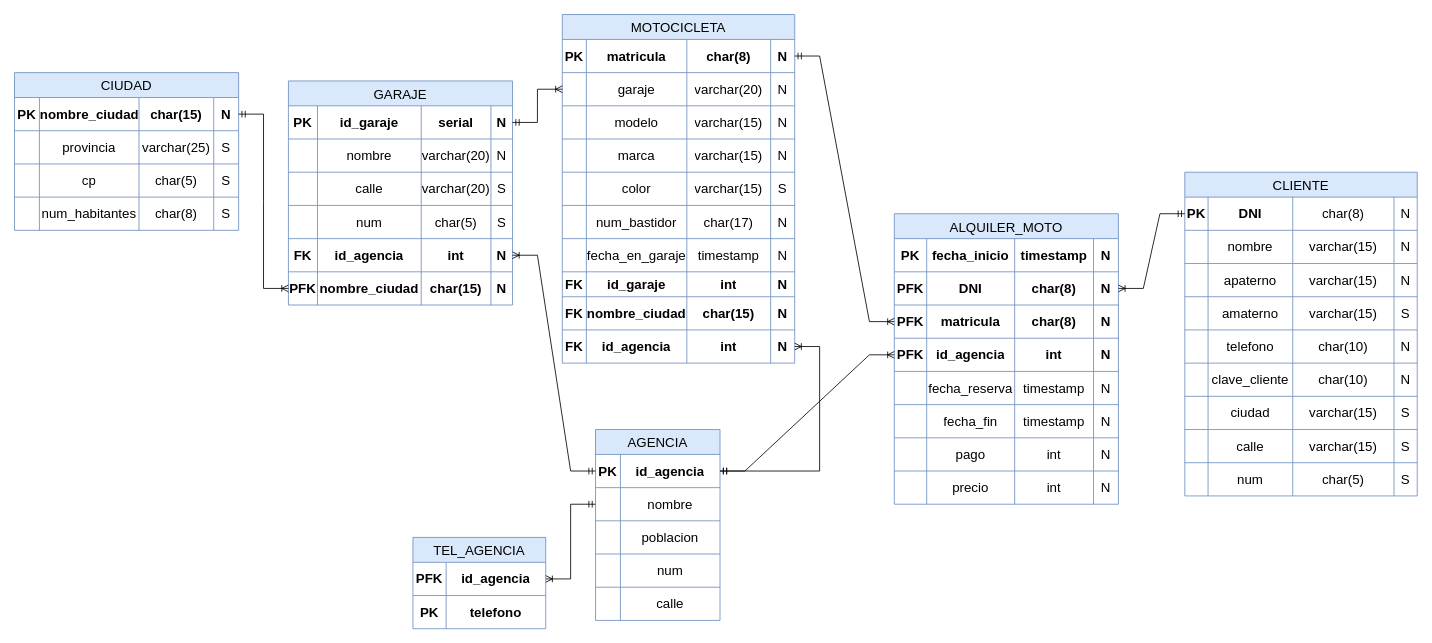
Above: Modelo Fisico Motocicletas TBD.drawio in misiomishi/itcj (draw.io), before the change. Source tidied: cells renumbered, new cells numbered last; positions are measured from the earlier drawing's top-left corner, leaving out a move shared by most shapes. Both pictures are drawn from the tidied source at 83%, with x=0, y=0 at pixel (14, 14).
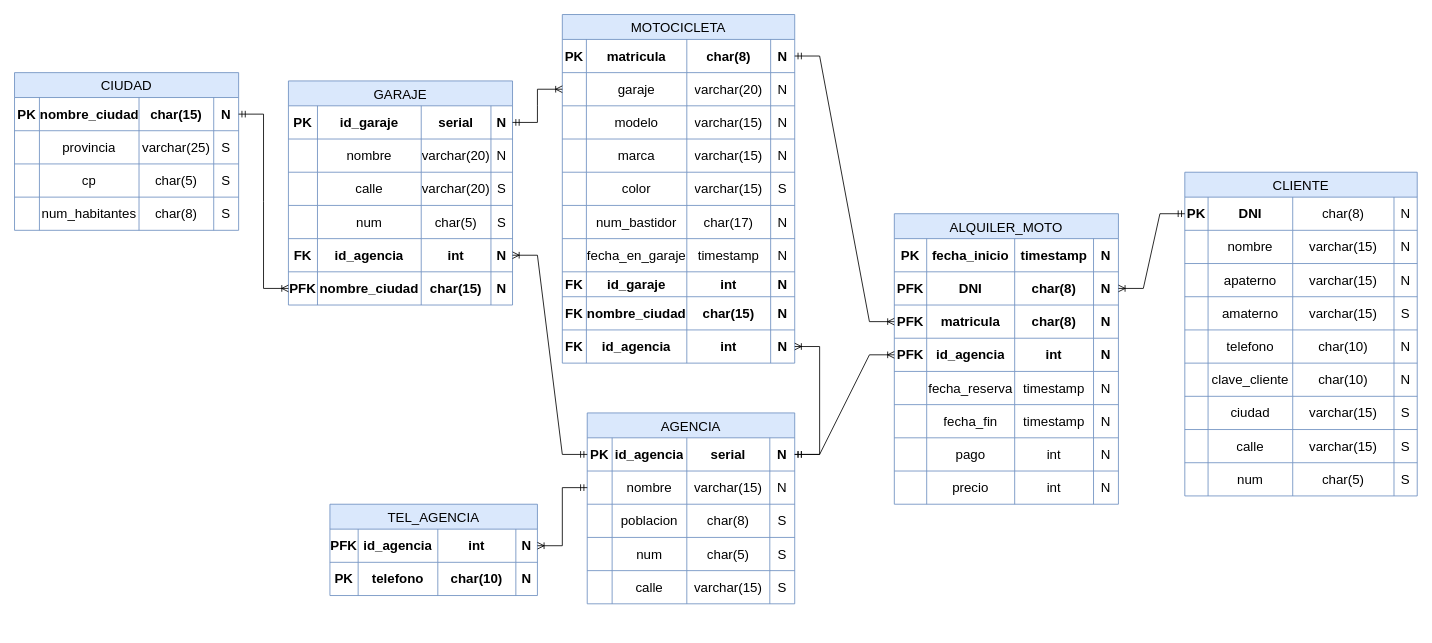
Above is the later version.

Diff of the diagram source:
```diff
@@
     <mxCell id="23" value="AGENCIA" style="shape=table;startSize=30;childLayout=tableLayout;strokeColor=#6c8ebf;fontSize=16;fillColor=#dae8fc;" parent="1" vertex="1">
-      <mxGeometry x="700" y="500" width="150" height="230" as="geometry" />
+      <mxGeometry x="690" y="480" width="250" height="230" as="geometry" />
     </mxCell>
     <mxCell id="24" style="shape=tableRow;horizontal=0;startSize=0;swimlaneHead=0;swimlaneBody=0;strokeColor=inherit;top=0;left=0;bottom=0;right=0;fillColor=none;points=[[0,0.5],[1,0.5]];portConstraint=eastwest;fontSize=16;" parent="23" vertex="1">
-      <mxGeometry y="30" width="150" height="40" as="geometry" />
+      <mxGeometry y="30" width="250" height="40" as="geometry" />
     </mxCell>
@@
     <mxCell id="26" value="id_agencia" style="shape=partialRectangle;html=1;whiteSpace=wrap;strokeColor=inherit;overflow=hidden;fillColor=none;top=0;left=0;bottom=0;right=0;fontSize=16;fontStyle=1;" parent="24" vertex="1">
-      <mxGeometry x="30" width="120" height="40" as="geometry" />
+      <mxGeometry x="30" width="90" height="40" as="geometry" />
     </mxCell>
+    <mxCell id="223" value="serial" style="shape=partialRectangle;html=1;whiteSpace=wrap;strokeColor=inherit;overflow=hidden;fillColor=none;top=0;left=0;bottom=0;right=0;fontSize=16;fontStyle=1;" parent="24" vertex="1">
+      <mxGeometry x="120" width="100" height="40" as="geometry" />
+    </mxCell>
+    <mxCell id="224" value="N" style="shape=partialRectangle;html=1;whiteSpace=wrap;strokeColor=inherit;overflow=hidden;fillColor=none;top=0;left=0;bottom=0;right=0;fontSize=16;fontStyle=1;" parent="24" vertex="1">
+      <mxGeometry x="220" width="30" height="40" as="geometry" />
+    </mxCell>
     <mxCell id="27" style="shape=tableRow;horizontal=0;startSize=0;swimlaneHead=0;swimlaneBody=0;strokeColor=inherit;top=0;left=0;bottom=0;right=0;fillColor=none;points=[[0,0.5],[1,0.5]];portConstraint=eastwest;fontSize=16;" parent="23" vertex="1">
-      <mxGeometry y="70" width="150" height="40" as="geometry" />
+      <mxGeometry y="70" width="250" height="40" as="geometry" />
     </mxCell>
@@
     <mxCell id="29" value="nombre" style="shape=partialRectangle;html=1;whiteSpace=wrap;strokeColor=inherit;overflow=hidden;fillColor=none;top=0;left=0;bottom=0;right=0;fontSize=16;" parent="27" vertex="1">
-      <mxGeometry x="30" width="120" height="40" as="geometry" />
+      <mxGeometry x="30" width="90" height="40" as="geometry" />
     </mxCell>
+    <mxCell id="225" value="varchar(15)" style="shape=partialRectangle;html=1;whiteSpace=wrap;strokeColor=inherit;overflow=hidden;fillColor=none;top=0;left=0;bottom=0;right=0;fontSize=16;" parent="27" vertex="1">
+      <mxGeometry x="120" width="100" height="40" as="geometry" />
+    </mxCell>
+    <mxCell id="226" value="N" style="shape=partialRectangle;html=1;whiteSpace=wrap;strokeColor=inherit;overflow=hidden;fillColor=none;top=0;left=0;bottom=0;right=0;fontSize=16;" parent="27" vertex="1">
+      <mxGeometry x="220" width="30" height="40" as="geometry" />
+    </mxCell>
     <mxCell id="30" style="shape=tableRow;horizontal=0;startSize=0;swimlaneHead=0;swimlaneBody=0;strokeColor=inherit;top=0;left=0;bottom=0;right=0;fillColor=none;fontSize=16;" parent="23" vertex="1">
-      <mxGeometry y="110" width="150" height="40" as="geometry" />
+      <mxGeometry y="110" width="250" height="40" as="geometry" />
     </mxCell>
@@
     <mxCell id="32" value="poblacion" style="shape=partialRectangle;html=1;whiteSpace=wrap;strokeColor=inherit;overflow=hidden;fillColor=none;top=0;left=0;bottom=0;right=0;fontSize=16;" parent="30" vertex="1">
-      <mxGeometry x="30" width="120" height="40" as="geometry" />
+      <mxGeometry x="30" width="90" height="40" as="geometry" />
     </mxCell>
+    <mxCell id="227" value="char(8)" style="shape=partialRectangle;html=1;whiteSpace=wrap;strokeColor=inherit;overflow=hidden;fillColor=none;top=0;left=0;bottom=0;right=0;fontSize=16;" parent="30" vertex="1">
+      <mxGeometry x="120" width="100" height="40" as="geometry" />
+    </mxCell>
+    <mxCell id="228" value="S" style="shape=partialRectangle;html=1;whiteSpace=wrap;strokeColor=inherit;overflow=hidden;fillColor=none;top=0;left=0;bottom=0;right=0;fontSize=16;" parent="30" vertex="1">
+      <mxGeometry x="220" width="30" height="40" as="geometry" />
+    </mxCell>
     <mxCell id="33" style="shape=tableRow;horizontal=0;startSize=0;swimlaneHead=0;swimlaneBody=0;strokeColor=inherit;top=0;left=0;bottom=0;right=0;fillColor=none;fontSize=16;" parent="23" vertex="1">
-      <mxGeometry y="150" width="150" height="40" as="geometry" />
+      <mxGeometry y="150" width="250" height="40" as="geometry" />
     </mxCell>
@@
     <mxCell id="35" value="num" style="shape=partialRectangle;html=1;whiteSpace=wrap;strokeColor=inherit;overflow=hidden;fillColor=none;top=0;left=0;bottom=0;right=0;fontSize=16;" parent="33" vertex="1">
-      <mxGeometry x="30" width="120" height="40" as="geometry" />
+      <mxGeometry x="30" width="90" height="40" as="geometry" />
     </mxCell>
+    <mxCell id="229" value="char(5)" style="shape=partialRectangle;html=1;whiteSpace=wrap;strokeColor=inherit;overflow=hidden;fillColor=none;top=0;left=0;bottom=0;right=0;fontSize=16;" parent="33" vertex="1">
+      <mxGeometry x="120" width="100" height="40" as="geometry" />
+    </mxCell>
+    <mxCell id="230" value="S" style="shape=partialRectangle;html=1;whiteSpace=wrap;strokeColor=inherit;overflow=hidden;fillColor=none;top=0;left=0;bottom=0;right=0;fontSize=16;" parent="33" vertex="1">
+      <mxGeometry x="220" width="30" height="40" as="geometry" />
+    </mxCell>
     <mxCell id="36" style="shape=tableRow;horizontal=0;startSize=0;swimlaneHead=0;swimlaneBody=0;strokeColor=inherit;top=0;left=0;bottom=0;right=0;fillColor=none;fontSize=16;" parent="23" vertex="1">
-      <mxGeometry y="190" width="150" height="40" as="geometry" />
+      <mxGeometry y="190" width="250" height="40" as="geometry" />
     </mxCell>
@@
     <mxCell id="38" value="calle" style="shape=partialRectangle;html=1;whiteSpace=wrap;strokeColor=inherit;overflow=hidden;fillColor=none;top=0;left=0;bottom=0;right=0;fontSize=16;" parent="36" vertex="1">
-      <mxGeometry x="30" width="120" height="40" as="geometry" />
+      <mxGeometry x="30" width="90" height="40" as="geometry" />
     </mxCell>
+    <mxCell id="231" value="varchar(15)" style="shape=partialRectangle;html=1;whiteSpace=wrap;strokeColor=inherit;overflow=hidden;fillColor=none;top=0;left=0;bottom=0;right=0;fontSize=16;" parent="36" vertex="1">
+      <mxGeometry x="120" width="100" height="40" as="geometry" />
+    </mxCell>
+    <mxCell id="232" value="S" style="shape=partialRectangle;html=1;whiteSpace=wrap;strokeColor=inherit;overflow=hidden;fillColor=none;top=0;left=0;bottom=0;right=0;fontSize=16;" parent="36" vertex="1">
+      <mxGeometry x="220" width="30" height="40" as="geometry" />
+    </mxCell>
@@
     <mxCell id="215" value="TEL_AGENCIA" style="shape=table;startSize=30;childLayout=tableLayout;strokeColor=#6c8ebf;fontSize=16;fillColor=#dae8fc;" parent="1" vertex="1">
-      <mxGeometry x="480" y="630" width="160" height="110" as="geometry" />
+      <mxGeometry x="380" y="590" width="250" height="110" as="geometry" />
     </mxCell>
     <mxCell id="216" style="shape=tableRow;horizontal=0;startSize=0;swimlaneHead=0;swimlaneBody=0;strokeColor=inherit;top=0;left=0;bottom=0;right=0;fillColor=none;points=[[0,0.5],[1,0.5]];portConstraint=eastwest;fontSize=16;" parent="215" vertex="1">
-      <mxGeometry y="30" width="160" height="40" as="geometry" />
+      <mxGeometry y="30" width="250" height="40" as="geometry" />
     </mxCell>
     <mxCell id="217" value="PFK" style="shape=partialRectangle;html=1;whiteSpace=wrap;strokeColor=inherit;overflow=hidden;fillColor=none;top=0;left=0;bottom=0;right=0;fontSize=16;fontStyle=1;" parent="216" vertex="1">
-      <mxGeometry width="40" height="40" as="geometry" />
+      <mxGeometry width="34" height="40" as="geometry" />
     </mxCell>
     <mxCell id="218" value="id_agencia" style="shape=partialRectangle;html=1;whiteSpace=wrap;strokeColor=inherit;overflow=hidden;fillColor=none;top=0;left=0;bottom=0;right=0;fontSize=16;fontStyle=1;" parent="216" vertex="1">
-      <mxGeometry x="40" width="120" height="40" as="geometry" />
+      <mxGeometry x="34" width="96" height="40" as="geometry" />
     </mxCell>
+    <mxCell id="233" value="int" style="shape=partialRectangle;html=1;whiteSpace=wrap;strokeColor=inherit;overflow=hidden;fillColor=none;top=0;left=0;bottom=0;right=0;fontSize=16;fontStyle=1;" parent="216" vertex="1">
+      <mxGeometry x="130" width="94" height="40" as="geometry" />
+    </mxCell>
+    <mxCell id="234" value="N" style="shape=partialRectangle;html=1;whiteSpace=wrap;strokeColor=inherit;overflow=hidden;fillColor=none;top=0;left=0;bottom=0;right=0;fontSize=16;fontStyle=1;" parent="216" vertex="1">
+      <mxGeometry x="224" width="26" height="40" as="geometry" />
+    </mxCell>
     <mxCell id="219" style="shape=tableRow;horizontal=0;startSize=0;swimlaneHead=0;swimlaneBody=0;strokeColor=inherit;top=0;left=0;bottom=0;right=0;fillColor=none;fontSize=16;" parent="215" vertex="1">
-      <mxGeometry y="70" width="160" height="40" as="geometry" />
+      <mxGeometry y="70" width="250" height="40" as="geometry" />
     </mxCell>
     <mxCell id="220" value="PK" style="shape=partialRectangle;html=1;whiteSpace=wrap;strokeColor=inherit;overflow=hidden;fillColor=none;top=0;left=0;bottom=0;right=0;fontSize=16;fontStyle=1;" parent="219" vertex="1">
-      <mxGeometry width="40" height="40" as="geometry" />
+      <mxGeometry width="34" height="40" as="geometry" />
     </mxCell>
     <mxCell id="221" value="telefono" style="shape=partialRectangle;html=1;whiteSpace=wrap;strokeColor=inherit;overflow=hidden;fillColor=none;top=0;left=0;bottom=0;right=0;fontSize=16;fontStyle=1;" parent="219" vertex="1">
-      <mxGeometry x="40" width="120" height="40" as="geometry" />
+      <mxGeometry x="34" width="96" height="40" as="geometry" />
     </mxCell>
+    <mxCell id="235" value="char(10)" style="shape=partialRectangle;html=1;whiteSpace=wrap;strokeColor=inherit;overflow=hidden;fillColor=none;top=0;left=0;bottom=0;right=0;fontSize=16;fontStyle=1;" parent="219" vertex="1">
+      <mxGeometry x="130" width="94" height="40" as="geometry" />
+    </mxCell>
+    <mxCell id="236" value="N" style="shape=partialRectangle;html=1;whiteSpace=wrap;strokeColor=inherit;overflow=hidden;fillColor=none;top=0;left=0;bottom=0;right=0;fontSize=16;fontStyle=1;" parent="219" vertex="1">
+      <mxGeometry x="224" width="26" height="40" as="geometry" />
+    </mxCell>
```
